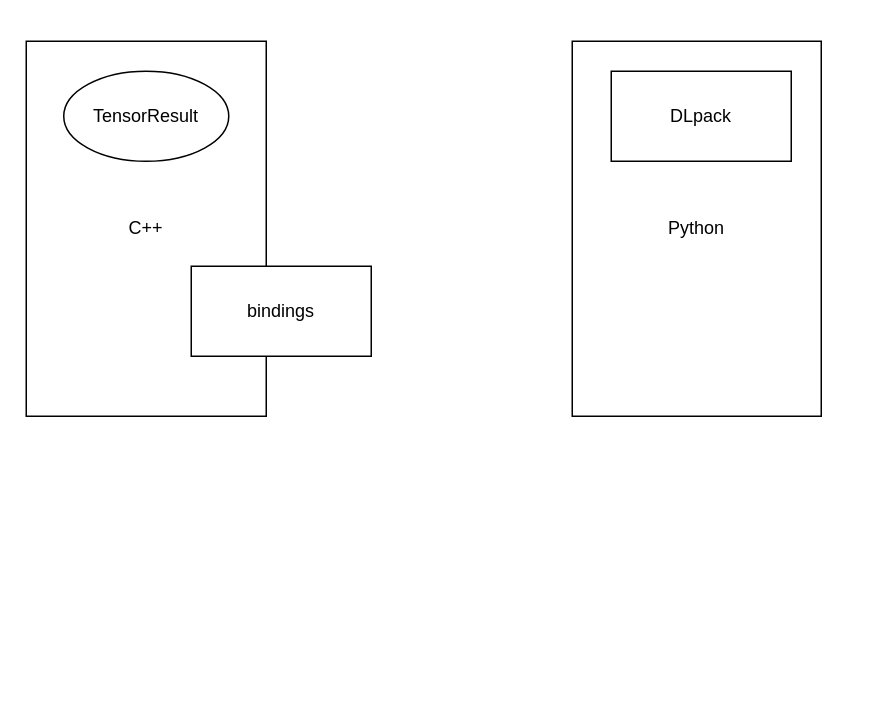
The draw.io diagram arch.drawio in criquelme2003/feCUDA, before the edit. Source tidied: cells renumbered, new cells numbered last; positions are measured from the earlier drawing's top-left corner, leaving out a move shared by most shapes. Both pictures are drawn from the tidied source at 150%, with x=0, y=0 at pixel (26, 40).
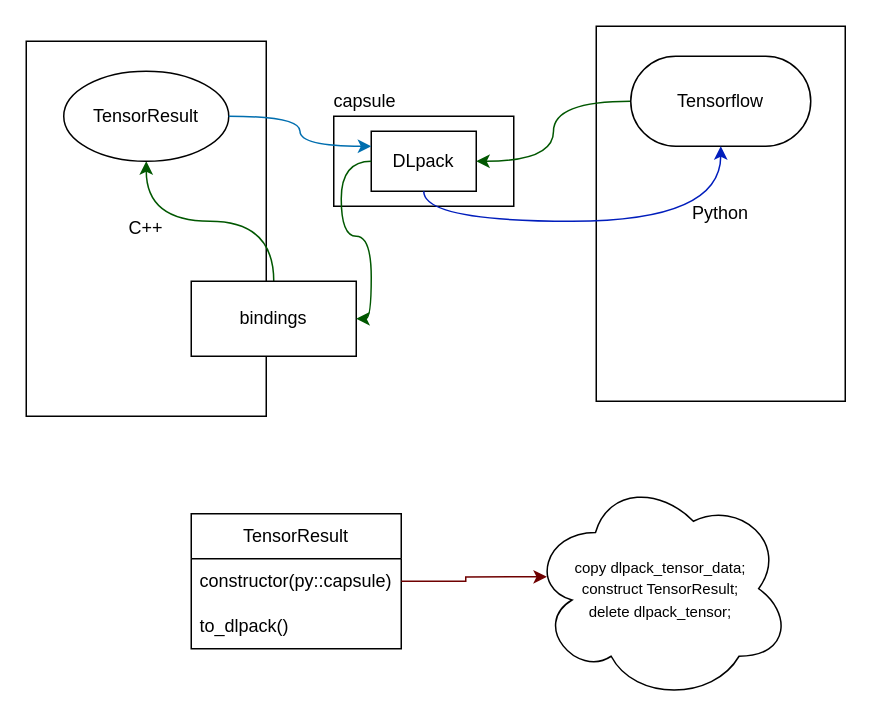
After the change.

Unchanged cells that the change refers to:
```xml
<mxCell id="6" value="TensorResult" style="ellipse;whiteSpace=wrap;html=1;" parent="1" vertex="1">
  <mxGeometry x="25" y="20" width="110" height="60" as="geometry" />
</mxCell>
```

What changed in the source:
```diff
@@
     <mxCell id="2" value="Python" style="rounded=0;whiteSpace=wrap;html=1;" parent="1" vertex="1">
-      <mxGeometry x="364" width="166" height="250" as="geometry" />
+      <mxGeometry x="380" y="-10" width="166" height="250" as="geometry" />
     </mxCell>
@@
-    <mxCell id="4" value="DLpack" style="rounded=0;whiteSpace=wrap;html=1;" parent="1" vertex="1">
-      <mxGeometry x="390" y="20" width="120" height="60" as="geometry" />
-    </mxCell>
+    <mxCell id="7" style="edgeStyle=orthogonalEdgeStyle;rounded=0;jettySize=auto;html=1;curved=1;fillColor=#008a00;strokeColor=#005700;" parent="1" edge="1" source="5" target="6">
+      <mxGeometry relative="1" as="geometry" />
+    </mxCell>
     <mxCell id="5" value="bindings" style="rounded=0;whiteSpace=wrap;html=1;" parent="1" vertex="1">
-      <mxGeometry x="110" y="150" width="120" height="60" as="geometry" />
+      <mxGeometry x="110" y="160" width="110" height="50" as="geometry" />
     </mxCell>
@@
+    <mxCell id="8" style="group;" parent="1" vertex="1">
+      <mxGeometry x="205" y="50" width="120" height="60" as="geometry" />
+    </mxCell>
+    <mxCell id="9" style="rounded=0;whiteSpace=wrap;html=1;" parent="8" vertex="1">
+      <mxGeometry width="120" height="60" as="geometry" />
+    </mxCell>
+    <mxCell id="4" value="DLpack" style="rounded=0;whiteSpace=wrap;html=1;" parent="8" vertex="1">
+      <mxGeometry x="25" y="10" width="70" height="40" as="geometry" />
+    </mxCell>
+    <mxCell id="10" value="capsule" style="text;html=1;whiteSpace=wrap;strokeColor=none;fillColor=none;align=center;verticalAlign=middle;rounded=0;" parent="1" vertex="1">
+      <mxGeometry x="196" y="25" width="60" height="30" as="geometry" />
+    </mxCell>
+    <mxCell id="11" style="edgeStyle=orthogonalEdgeStyle;rounded=0;jettySize=auto;html=1;entryX=1;entryY=0.5;entryDx=0;entryDy=0;curved=1;fillColor=#008a00;strokeColor=#005700;" parent="1" edge="1" source="12" target="4">
+      <mxGeometry relative="1" as="geometry" />
+    </mxCell>
+    <mxCell id="12" value="Tensorflow " style="rounded=1;whiteSpace=wrap;html=1;arcSize=50;" parent="1" vertex="1">
+      <mxGeometry x="403" y="10" width="120" height="60" as="geometry" />
+    </mxCell>
+    <mxCell id="13" style="edgeStyle=orthogonalEdgeStyle;rounded=0;jettySize=auto;html=1;entryX=1;entryY=0.5;entryDx=0;entryDy=0;curved=1;fillColor=#008a00;strokeColor=#005700;" parent="1" edge="1" source="4" target="5">
+      <mxGeometry relative="1" as="geometry">
+        <Array as="points">
+          <mxPoint x="210" y="80" />
+          <mxPoint x="210" y="130" />
+          <mxPoint x="230" y="130" />
+          <mxPoint x="230" y="185" />
+        </Array>
+      </mxGeometry>
+    </mxCell>
+    <mxCell id="14" style="edgeStyle=orthogonalEdgeStyle;rounded=0;jettySize=auto;html=1;entryX=0;entryY=0.25;entryDx=0;entryDy=0;curved=1;fillColor=#1ba1e2;strokeColor=#006EAF;" parent="1" edge="1" source="6" target="4">
+      <mxGeometry relative="1" as="geometry" />
+    </mxCell>
+    <mxCell id="15" style="edgeStyle=orthogonalEdgeStyle;rounded=0;jettySize=auto;html=1;entryX=0.5;entryY=1;entryDx=0;entryDy=0;curved=1;exitX=0.5;exitY=1;exitDx=0;exitDy=0;fillColor=#0050ef;strokeColor=#001DBC;" parent="1" edge="1" source="4" target="12">
+      <mxGeometry relative="1" as="geometry" />
+    </mxCell>
+    <mxCell id="16" value="TensorResult" style="swimlane;fontStyle=0;horizontal=1;startSize=30;whiteSpace=wrap;html=1;" parent="1" vertex="1">
+      <mxGeometry x="110" y="315" width="140" height="90" as="geometry" />
+    </mxCell>
+    <mxCell id="17" value="constructor(py::capsule)" style="text;strokeColor=none;fillColor=none;align=left;verticalAlign=middle;spacingLeft=4;spacingRight=4;overflow=hidden;points=[[0,0.5],[1,0.5]];portConstraint=eastwest;whiteSpace=wrap;html=1;" parent="16" vertex="1">
+      <mxGeometry y="30" width="140" height="30" as="geometry" />
+    </mxCell>
+    <mxCell id="18" value="to_dlpack()" style="text;strokeColor=none;fillColor=none;align=left;verticalAlign=middle;spacingLeft=4;spacingRight=4;overflow=hidden;whiteSpace=wrap;html=1;" parent="16" vertex="1">
+      <mxGeometry y="60" width="140" height="30" as="geometry" />
+    </mxCell>
+    <mxCell id="19" value="&lt;div&gt;&lt;font style=&quot;font-size: 10px;&quot;&gt;copy dlpack_tensor_data;&lt;/font&gt;&lt;/div&gt;&lt;div&gt;&lt;font style=&quot;font-size: 10px;&quot;&gt;construct TensorResult;&lt;/font&gt;&lt;/div&gt;&lt;div&gt;&lt;font style=&quot;font-size: 10px;&quot;&gt;delete dlpack_tensor;&lt;/font&gt;&lt;/div&gt;" style="ellipse;shape=cloud;whiteSpace=wrap;html=1;" parent="1" vertex="1">
+      <mxGeometry x="336" y="290" width="174" height="150" as="geometry" />
+    </mxCell>
+    <mxCell id="20" style="edgeStyle=orthogonalEdgeStyle;rounded=0;jettySize=auto;html=1;entryX=0.064;entryY=0.447;entryDx=0;entryDy=0;entryPerimeter=0;fillColor=#a20025;strokeColor=light-dark(#6F0000,#FF0000);" parent="1" edge="1" source="17" target="19">
+      <mxGeometry relative="1" as="geometry" />
+    </mxCell>
```
